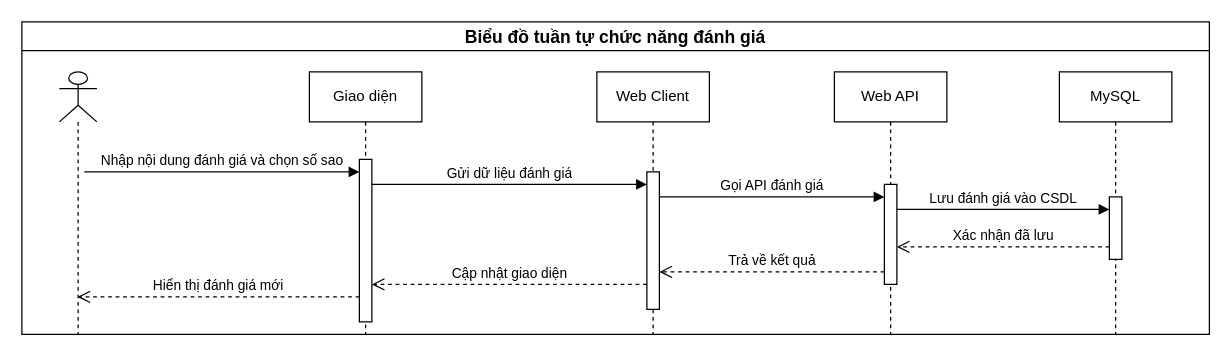
This is document/Sequences/SequencesDanhGia.drawio from toniiplaycode/DNC-Learning, a draw.io file, before an edit. Source tidied: cells renumbered, new cells numbered last; positions are measured from the earlier drawing's top-left corner, leaving out a move shared by most shapes. Both pictures are drawn from the tidied source at 125%, with x=0, y=0 at pixel (21, 21).
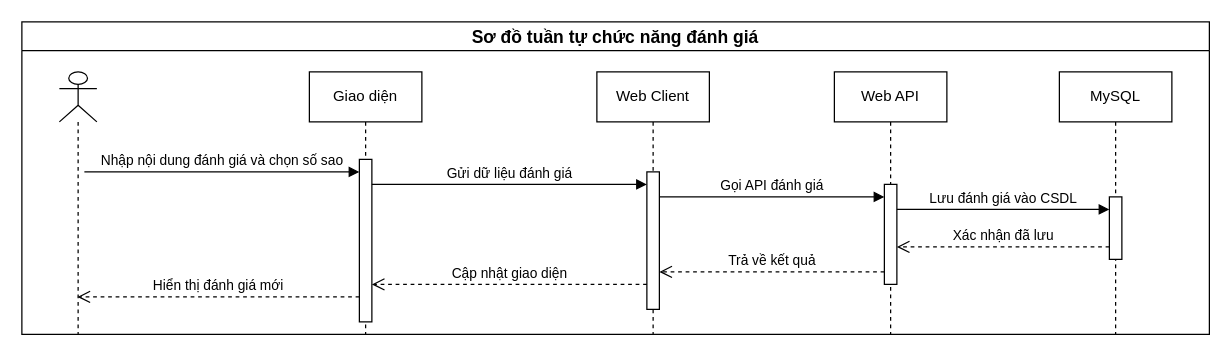
The same page after the edit.

Change to the diagram source:
```diff
@@
-    <mxCell id="2" value="Biểu đồ tuần tự chức năng đánh giá" style="swimlane;whiteSpace=wrap;html=1;startSize=23;fontSize=14;" parent="1" vertex="1">
+    <mxCell id="2" value="Sơ đồ tuần tự chức năng đánh giá" style="swimlane;whiteSpace=wrap;html=1;startSize=23;fontSize=14;" parent="1" vertex="1">
       <mxGeometry width="950" height="250" as="geometry" />
     </mxCell>
```
